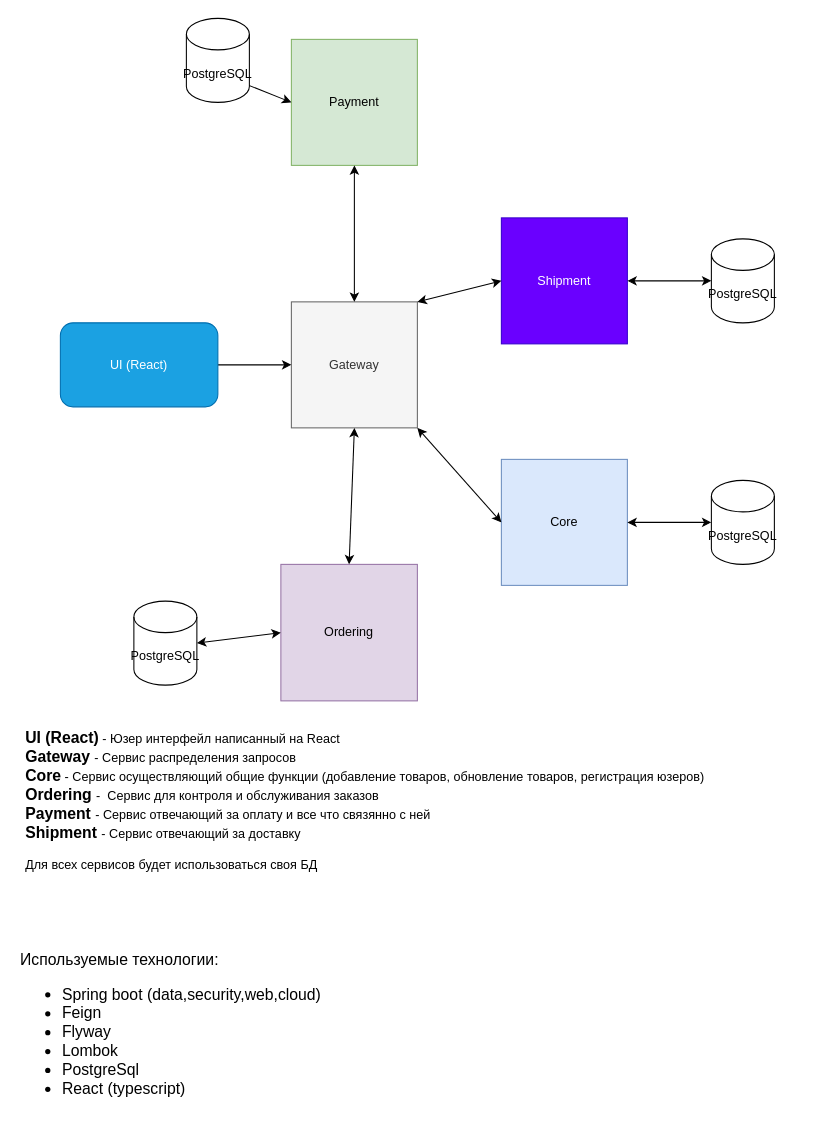
Earlier version of the draw.io diagram util/Структура проекта.drawio (manniloff/EShop). Source tidied: cells renumbered, new cells numbered last; positions are measured from the earlier drawing's top-left corner, leaving out a move shared by most shapes. Both pictures are drawn from the tidied source at 105%, with x=0, y=0 at pixel (18, 18).
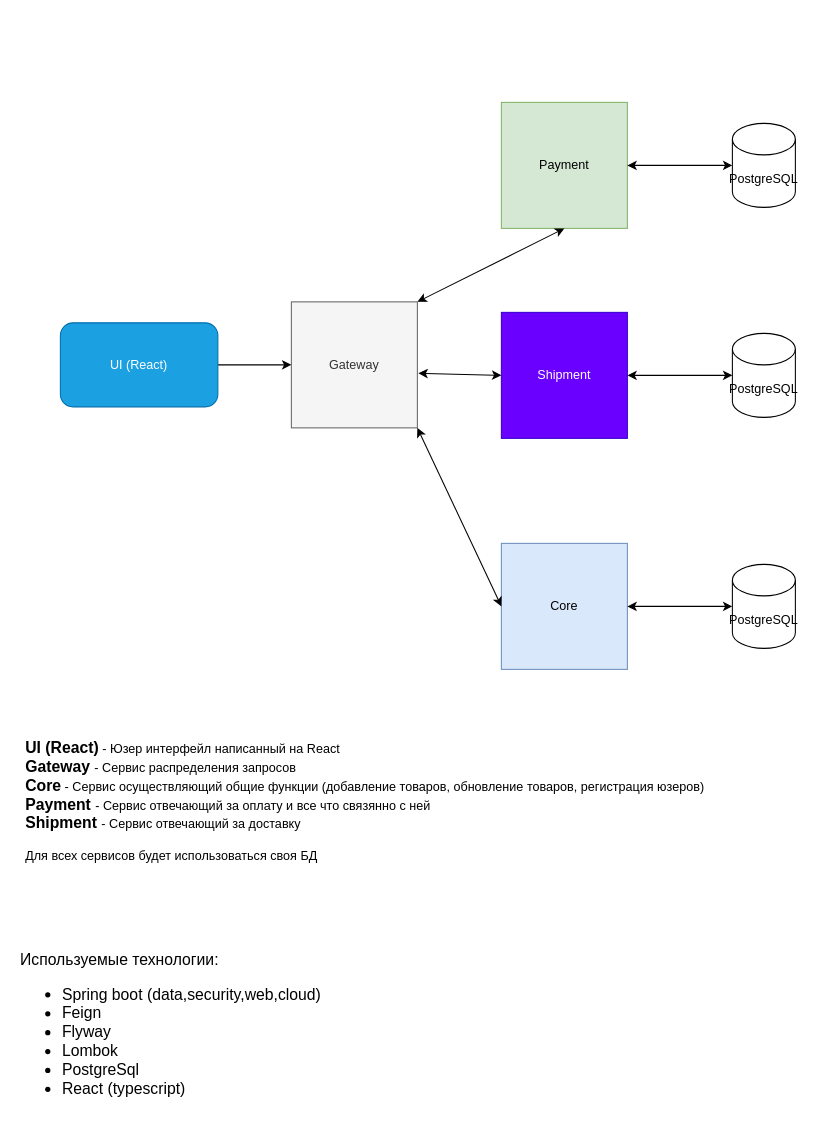
The same diagram, later.

Unchanged cells that the change refers to:
```xml
<mxCell id="3" value="Gateway" style="whiteSpace=wrap;html=1;fillColor=#f5f5f5;fontColor=#333333;strokeColor=#666666;" parent="1" vertex="1">
  <mxGeometry x="260" y="270" width="120" height="120" as="geometry" />
</mxCell>
```

The edit, as a diff of the source:
```diff
@@
     <mxCell id="2" value="Payment" style="whiteSpace=wrap;html=1;fillColor=#d5e8d4;strokeColor=#82b366;" parent="1" vertex="1">
-      <mxGeometry x="260" y="20" width="120" height="120" as="geometry" />
+      <mxGeometry x="460" y="80" width="120" height="120" as="geometry" />
     </mxCell>
@@
     <mxCell id="6" value="Core" style="whiteSpace=wrap;html=1;fillColor=#dae8fc;strokeColor=#6c8ebf;" parent="1" vertex="1">
-      <mxGeometry x="460" y="420" width="120" height="120" as="geometry" />
+      <mxGeometry x="460" y="500" width="120" height="120" as="geometry" />
     </mxCell>
-    <mxCell id="7" value="Ordering" style="whiteSpace=wrap;html=1;fillColor=#e1d5e7;strokeColor=#9673a6;" parent="1" vertex="1">
-      <mxGeometry x="250" y="520" width="130" height="130" as="geometry" />
-    </mxCell>
-    <mxCell id="8" style="endArrow=classic;startArrow=classic;html=1;rounded=0;entryX=0.5;entryY=0;entryDx=0;entryDy=0;exitX=0.5;exitY=1;exitDx=0;exitDy=0;" parent="1" edge="1" source="3" target="7">
-      <mxGeometry relative="1" as="geometry" />
-    </mxCell>
@@
-    <mxCell id="10" style="endArrow=classic;startArrow=classic;html=1;rounded=0;exitX=0.5;exitY=0;exitDx=0;exitDy=0;entryX=0.5;entryY=1;entryDx=0;entryDy=0;" parent="1" edge="1" source="3" target="2">
+    <mxCell id="10" style="endArrow=classic;startArrow=classic;html=1;rounded=0;exitX=1;exitY=0;exitDx=0;exitDy=0;entryX=0.5;entryY=1;entryDx=0;entryDy=0;" parent="1" edge="1" source="3" target="2">
       <mxGeometry relative="1" as="geometry" />
     </mxCell>
-    <mxCell id="11" value="PostgreSQL" style="shape=cylinder3;whiteSpace=wrap;html=1;boundedLbl=1;backgroundOutline=1;size=15;" parent="1" vertex="1">
-      <mxGeometry x="110" y="555" width="60" height="80" as="geometry" />
-    </mxCell>
-    <mxCell id="12" style="endArrow=classic;startArrow=classic;html=1;rounded=0;exitX=0;exitY=0.5;exitDx=0;exitDy=0;entryX=0;entryY=0.5;entryDx=0;entryDy=0;entryPerimeter=0;" parent="1" edge="1" source="2" target="16">
+    <mxCell id="12" style="endArrow=classic;startArrow=classic;html=1;rounded=0;entryX=0;entryY=0.5;entryDx=0;entryDy=0;entryPerimeter=0;" parent="1" edge="1" source="2" target="16">
       <mxGeometry relative="1" as="geometry" />
     </mxCell>
@@
-    <mxCell id="14" style="endArrow=classic;startArrow=classic;html=1;rounded=0;exitX=0;exitY=0.5;exitDx=0;exitDy=0;entryX=1;entryY=0.5;entryDx=0;entryDy=0;entryPerimeter=0;" parent="1" edge="1" source="7" target="11">
-      <mxGeometry relative="1" as="geometry" />
-    </mxCell>
     <mxCell id="15" value="PostgreSQL" style="shape=cylinder3;whiteSpace=wrap;html=1;boundedLbl=1;backgroundOutline=1;size=15;fillColor=none;" parent="1" vertex="1">
-      <mxGeometry x="660" y="440" width="60" height="80" as="geometry" />
+      <mxGeometry x="680" y="520" width="60" height="80" as="geometry" />
     </mxCell>
     <mxCell id="16" value="PostgreSQL" style="shape=cylinder3;whiteSpace=wrap;html=1;boundedLbl=1;backgroundOutline=1;size=15;" parent="1" vertex="1">
-      <mxGeometry x="160" width="60" height="80" as="geometry" />
+      <mxGeometry x="680" y="100" width="60" height="80" as="geometry" />
     </mxCell>
-    <mxCell id="17" value="&lt;b&gt;&lt;font style=&quot;font-size: 15px;&quot;&gt;UI (React)&lt;/font&gt;&lt;/b&gt; - Юзер интерфейл написанный на React&lt;br&gt;&lt;b&gt;&lt;font style=&quot;font-size: 15px;&quot;&gt;Gateway &lt;/font&gt;&lt;/b&gt;- Сервис распределения запросов&lt;br&gt;&lt;b&gt;&lt;font style=&quot;font-size: 15px;&quot;&gt;Core&lt;/font&gt;&lt;/b&gt; - Сервис осуществляющий общие функции (добавление товаров, обновление товаров, регистрация юзеров)&lt;br&gt;&lt;b&gt;&lt;font style=&quot;font-size: 15px;&quot;&gt;Ordering &lt;/font&gt;&lt;/b&gt;-&amp;nbsp; Сервис для контроля и обслуживания заказов&lt;br&gt;&lt;b&gt;&lt;font style=&quot;font-size: 15px;&quot;&gt;Payment &lt;/font&gt;&lt;/b&gt;- Сервис отвечающий за оплату и все что связянно с ней&lt;br&gt;&lt;b&gt;&lt;font style=&quot;font-size: 15px;&quot;&gt;Shipment &lt;/font&gt;&lt;/b&gt;- Сервис отвечающий за доставку&lt;br&gt;&lt;br&gt;Для всех сервисов будет использоваться своя БД" style="text;html=1;align=left;verticalAlign=middle;strokeColor=none;fillColor=none;" parent="1" vertex="1">
-      <mxGeometry x="5" y="670" width="670" height="150" as="geometry" />
+    <mxCell id="17" value="&lt;b&gt;&lt;font style=&quot;font-size: 15px;&quot;&gt;UI (React)&lt;/font&gt;&lt;/b&gt; - Юзер интерфейл написанный на React&lt;br&gt;&lt;b&gt;&lt;font style=&quot;font-size: 15px;&quot;&gt;Gateway &lt;/font&gt;&lt;/b&gt;- Сервис распределения запросов&lt;br&gt;&lt;b&gt;&lt;font style=&quot;font-size: 15px;&quot;&gt;Core&lt;/font&gt;&lt;/b&gt; - Сервис осуществляющий общие функции (добавление товаров, обновление товаров, регистрация юзеров)&lt;br&gt;&lt;b&gt;&lt;font style=&quot;font-size: 15px;&quot;&gt;Payment &lt;/font&gt;&lt;/b&gt;- Сервис отвечающий за оплату и все что связянно с ней&lt;br&gt;&lt;b&gt;&lt;font style=&quot;font-size: 15px;&quot;&gt;Shipment &lt;/font&gt;&lt;/b&gt;- Сервис отвечающий за доставку&lt;br&gt;&lt;br&gt;Для всех сервисов будет использоваться своя БД" style="text;html=1;align=left;verticalAlign=middle;strokeColor=none;fillColor=none;" parent="1" vertex="1">
+      <mxGeometry x="5" y="680" width="670" height="130" as="geometry" />
     </mxCell>
@@
     <mxCell id="19" value="Shipment" style="whiteSpace=wrap;html=1;fillColor=#6a00ff;strokeColor=#3700CC;fontColor=#ffffff;" parent="1" vertex="1">
-      <mxGeometry x="460" y="190" width="120" height="120" as="geometry" />
+      <mxGeometry x="460" y="280" width="120" height="120" as="geometry" />
     </mxCell>
-    <mxCell id="20" style="endArrow=classic;startArrow=classic;html=1;rounded=0;fontSize=15;entryX=0;entryY=0.5;entryDx=0;entryDy=0;exitX=1;exitY=0;exitDx=0;exitDy=0;" parent="1" edge="1" source="3" target="19">
+    <mxCell id="20" style="endArrow=classic;startArrow=classic;html=1;rounded=0;fontSize=15;entryX=0;entryY=0.5;entryDx=0;entryDy=0;exitX=1.008;exitY=0.567;exitDx=0;exitDy=0;exitPerimeter=0;" parent="1" edge="1" source="3" target="19">
       <mxGeometry relative="1" as="geometry" />
     </mxCell>
     <mxCell id="21" value="PostgreSQL" style="shape=cylinder3;whiteSpace=wrap;html=1;boundedLbl=1;backgroundOutline=1;size=15;" parent="1" vertex="1">
-      <mxGeometry x="660" y="210" width="60" height="80" as="geometry" />
+      <mxGeometry x="680" y="300" width="60" height="80" as="geometry" />
     </mxCell>
```
